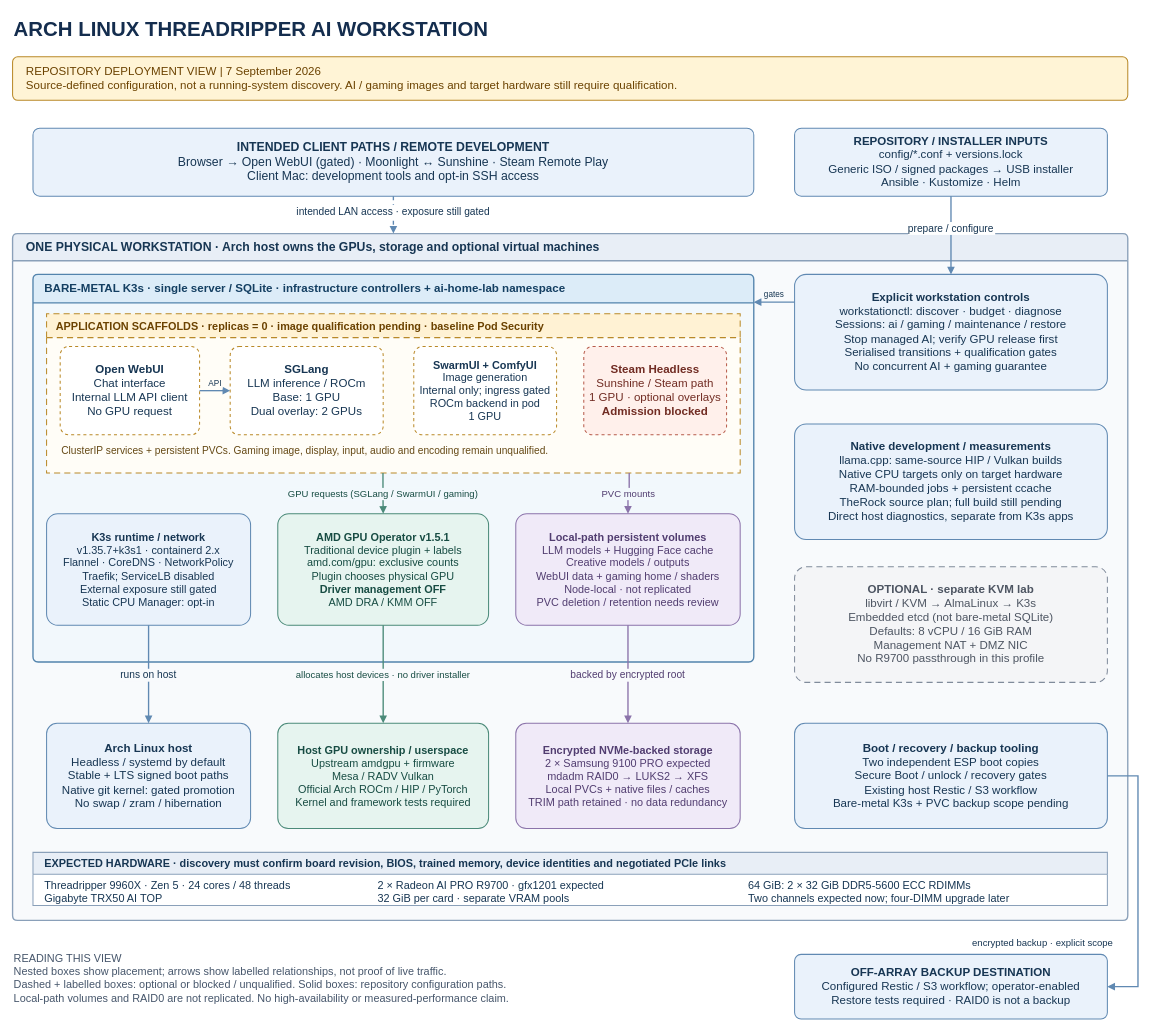
The draw.io diagram docs/diagrams/workstation-stack.drawio in Drgr33nSenior/ArchLinuxThreadripper, before the edit. Source tidied: cells renumbered, new cells numbered last; positions are measured from the earlier drawing's top-left corner, leaving out a move shared by most shapes. Both pictures are drawn from the tidied source at 68%, with x=0, y=0 at pixel (12, 12).
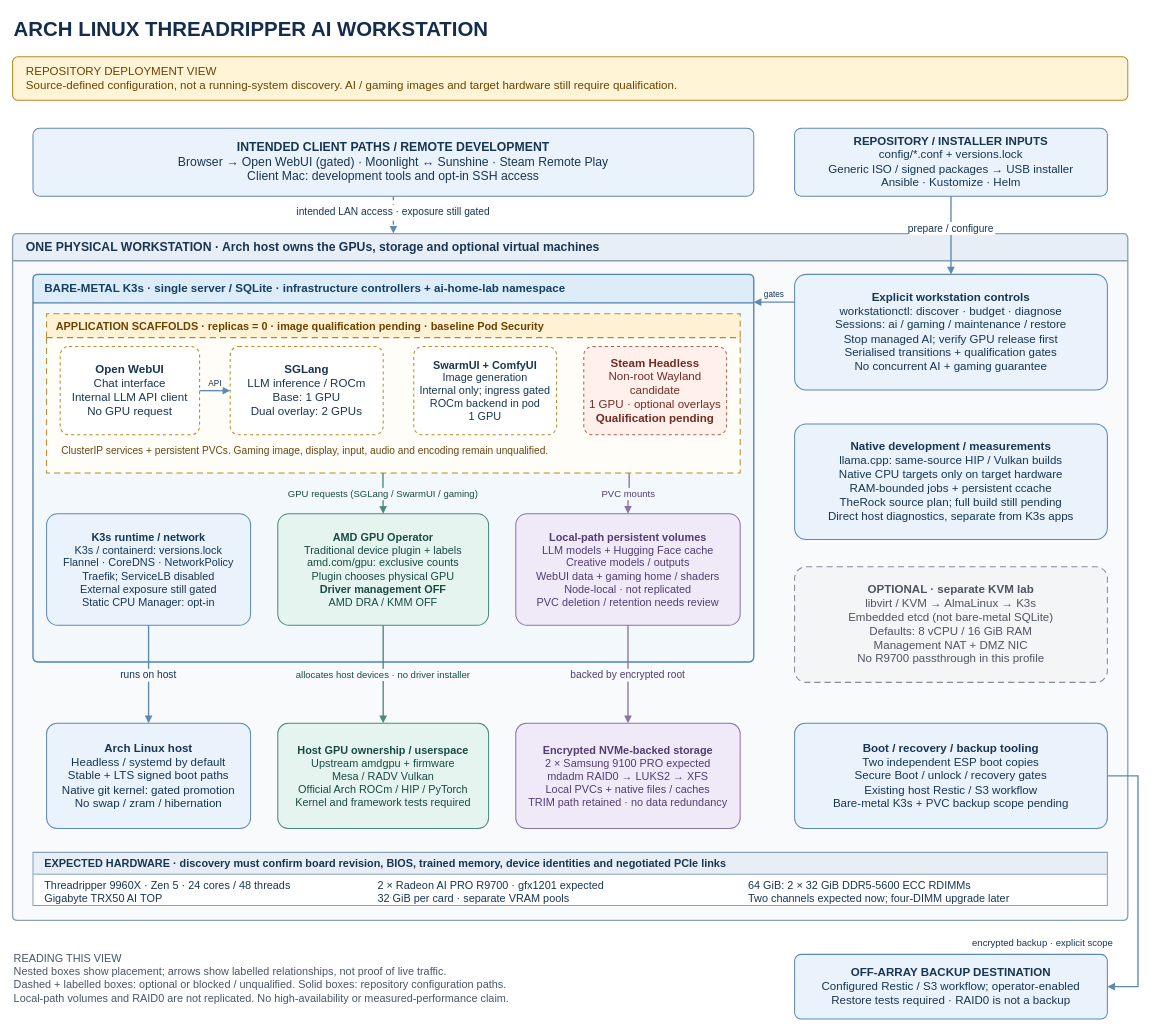
The same diagram, later.

Unchanged cells that the change refers to:
```xml
<mxCell id="7" value="BARE-METAL K3s  ·  single server / SQLite  ·  infrastructure controllers + ai-home-lab namespace" style="swimlane;html=0;startSize=42;horizontal=1;rounded=1;arcSize=6;whiteSpace=wrap;align=left;spacingLeft=15;fontFamily=Helvetica;fontSize=17;fontStyle=1;fontColor=#143f62;fillColor=#dcecf8;swimlaneFillColor=#f2f8fc;strokeColor=#5384ad;strokeWidth=2;" parent="6" vertex="1">
  <mxGeometry x="30" y="60" width="1060" height="570" as="geometry" />
</mxCell>
<mxCell id="8" value="APPLICATION SCAFFOLDS  ·  replicas = 0  ·  image qualification pending  ·  baseline Pod Security" style="swimlane;html=0;startSize=35;horizontal=1;rounded=0;whiteSpace=wrap;align=left;spacingLeft=12;fontFamily=Helvetica;fontSize=16;fontStyle=1;fontColor=#6b4200;fillColor=#fff2d4;swimlaneFillColor=#fffdf7;strokeColor=#b98928;strokeWidth=1.5;dashed=1;dashPattern=6 4;" parent="7" vertex="1">
  <mxGeometry x="20" y="58" width="1020" height="234" as="geometry" />
</mxCell>
```

Change to the diagram source:
```diff
@@
-    <mxCell id="3" value="REPOSITORY DEPLOYMENT VIEW  |  7 September 2026&#10;Source-defined configuration, not a running-system discovery. AI / gaming images and target hardware still require qualification." style="rounded=1;arcSize=12;whiteSpace=wrap;html=0;align=left;spacingLeft=18;fontFamily=Helvetica;fontSize=17;fontColor=#6b4200;fillColor=#fff4d6;strokeColor=#b98928;strokeWidth=1.5;" parent="1" vertex="1">
+    <mxCell id="3" value="REPOSITORY DEPLOYMENT VIEW&#10;Source-defined configuration, not a running-system discovery. AI / gaming images and target hardware still require qualification." style="rounded=1;arcSize=12;whiteSpace=wrap;html=0;align=left;spacingLeft=18;fontFamily=Helvetica;fontSize=17;fontColor=#6b4200;fillColor=#fff4d6;strokeColor=#b98928;strokeWidth=1.5;" parent="1" vertex="1">
       <mxGeometry y="66" width="1640" height="64" as="geometry" />
     </mxCell>
@@
-    <mxCell id="12" value="&lt;b&gt;Steam Headless&lt;/b&gt;&lt;br&gt;Sunshine / Steam path&lt;br&gt;1 GPU · optional overlays&lt;br&gt;&lt;b&gt;Admission blocked&lt;/b&gt;" style="rounded=1;arcSize=10;whiteSpace=wrap;html=1;fontFamily=Helvetica;fontSize=17;fontColor=#712c23;fillColor=#fff0eb;strokeColor=#b75b4a;strokeWidth=1.5;dashed=1;" parent="8" vertex="1">
+    <mxCell id="12" value="&lt;b&gt;Steam Headless&lt;/b&gt;&lt;br&gt;Non-root Wayland candidate&lt;br&gt;1 GPU · optional overlays&lt;br&gt;&lt;b&gt;Qualification pending&lt;/b&gt;" style="rounded=1;arcSize=10;whiteSpace=wrap;html=1;fontFamily=Helvetica;fontSize=17;fontColor=#712c23;fillColor=#fff0eb;strokeColor=#b75b4a;strokeWidth=1.5;dashed=1;" parent="8" vertex="1">
       <mxGeometry x="790" y="48" width="210" height="130" as="geometry" />
     </mxCell>
@@
-    <mxCell id="14" value="&lt;b&gt;K3s runtime / network&lt;/b&gt;&lt;br&gt;v1.35.7+k3s1 · containerd 2.x&lt;br&gt;Flannel · CoreDNS · NetworkPolicy&lt;br&gt;Traefik; ServiceLB disabled&lt;br&gt;External exposure still gated&lt;br&gt;Static CPU Manager: opt-in" style="rounded=1;arcSize=10;whiteSpace=wrap;html=1;fontFamily=Helvetica;fontSize=16;fontColor=#173653;fillColor=#eaf2fb;strokeColor=#6089b2;strokeWidth=1.5;" parent="7" vertex="1">
+    <mxCell id="14" value="&lt;b&gt;K3s runtime / network&lt;/b&gt;&lt;br&gt;K3s / containerd: versions.lock&lt;br&gt;Flannel · CoreDNS · NetworkPolicy&lt;br&gt;Traefik; ServiceLB disabled&lt;br&gt;External exposure still gated&lt;br&gt;Static CPU Manager: opt-in" style="rounded=1;arcSize=10;whiteSpace=wrap;html=1;fontFamily=Helvetica;fontSize=16;fontColor=#173653;fillColor=#eaf2fb;strokeColor=#6089b2;strokeWidth=1.5;" parent="7" vertex="1">
       <mxGeometry x="20" y="352" width="300" height="164" as="geometry" />
     </mxCell>
-    <mxCell id="15" value="&lt;b&gt;AMD GPU Operator v1.5.1&lt;/b&gt;&lt;br&gt;Traditional device plugin + labels&lt;br&gt;amd.com/gpu: exclusive counts&lt;br&gt;Plugin chooses physical GPU&lt;br&gt;&lt;b&gt;Driver management OFF&lt;/b&gt;&lt;br&gt;AMD DRA / KMM OFF" style="rounded=1;arcSize=10;whiteSpace=wrap;html=1;fontFamily=Helvetica;fontSize=16;fontColor=#174c43;fillColor=#e6f4ef;strokeColor=#4b8a79;strokeWidth=1.5;" parent="7" vertex="1">
+    <mxCell id="15" value="&lt;b&gt;AMD GPU Operator&lt;/b&gt;&lt;br&gt;Traditional device plugin + labels&lt;br&gt;amd.com/gpu: exclusive counts&lt;br&gt;Plugin chooses physical GPU&lt;br&gt;&lt;b&gt;Driver management OFF&lt;/b&gt;&lt;br&gt;AMD DRA / KMM OFF" style="rounded=1;arcSize=10;whiteSpace=wrap;html=1;fontFamily=Helvetica;fontSize=16;fontColor=#174c43;fillColor=#e6f4ef;strokeColor=#4b8a79;strokeWidth=1.5;" parent="7" vertex="1">
       <mxGeometry x="360" y="352" width="310" height="164" as="geometry" />
     </mxCell>
```
